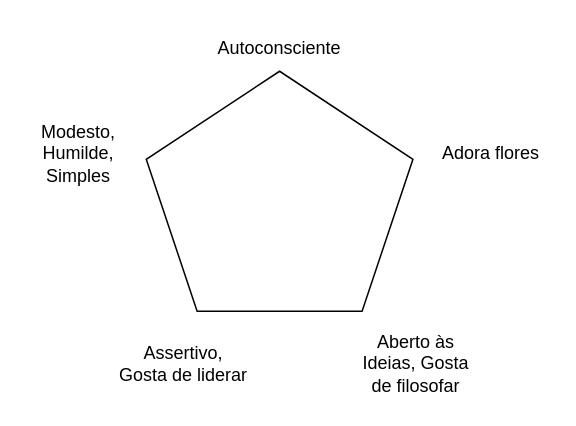
This is drawio/personality traits/files/five_traits_flourist.drawio from Anth0nyPereira/onegai, a draw.io file, before an edit. Source tidied: cells renumbered, new cells numbered last; positions are measured from the earlier drawing's top-left corner, leaving out a move shared by most shapes. Both pictures are drawn from the tidied source at 150%, with x=0, y=0 at pixel (26, 26).
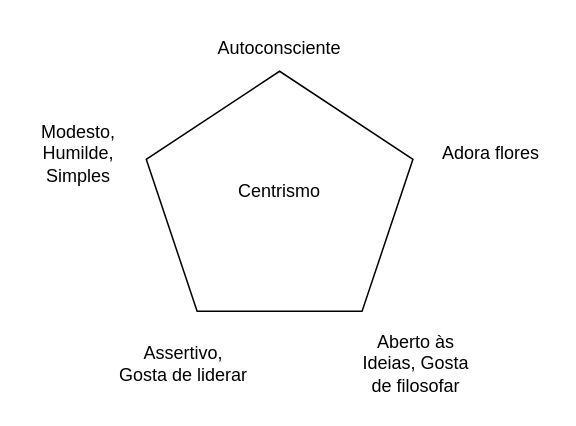
The same page after the edit.

What changed in the source:
```diff
@@
 <mxGraphModel>
   <root>
     <mxCell id="0" />
     <mxCell id="1" parent="0" />
-    <mxCell id="2" style="whiteSpace=wrap;html=1;shape=mxgraph.basic.pentagon;" parent="1" vertex="1">
+    <mxCell id="2" value="Centrismo" style="whiteSpace=wrap;html=1;shape=mxgraph.basic.pentagon;" parent="1" vertex="1">
       <mxGeometry x="80" y="30" width="177.8" height="160" as="geometry" />
     </mxCell>
     <mxCell id="3" value="Autoconsciente" style="text;html=1;strokeColor=none;fillColor=none;align=center;verticalAlign=middle;whiteSpace=wrap;rounded=0;" parent="1" vertex="1">
       <mxGeometry x="139" width="60" height="30" as="geometry" />
     </mxCell>
     <mxCell id="4" value="Assertivo, Gosta de liderar" style="text;html=1;strokeColor=none;fillColor=none;align=center;verticalAlign=middle;whiteSpace=wrap;rounded=0;" parent="1" vertex="1">
       <mxGeometry x="60" y="200" width="90" height="50" as="geometry" />
     </mxCell>
     <mxCell id="5" value="Aberto às Ideias, Gosta de filosofar" style="text;html=1;strokeColor=none;fillColor=none;align=center;verticalAlign=middle;whiteSpace=wrap;rounded=0;" parent="1" vertex="1">
       <mxGeometry x="220" y="210" width="80" height="30" as="geometry" />
     </mxCell>
     <mxCell id="6" value="Modesto, Humilde,&lt;br&gt;Simples" style="text;html=1;strokeColor=none;fillColor=none;align=center;verticalAlign=middle;whiteSpace=wrap;rounded=0;" parent="1" vertex="1">
       <mxGeometry y="70" width="70" height="30" as="geometry" />
     </mxCell>
     <mxCell id="7" value="Adora flores" style="text;html=1;strokeColor=none;fillColor=none;align=center;verticalAlign=middle;whiteSpace=wrap;rounded=0;" parent="1" vertex="1">
       <mxGeometry x="270" y="70" width="80" height="30" as="geometry" />
     </mxCell>
   </root>
 </mxGraphModel>
```
